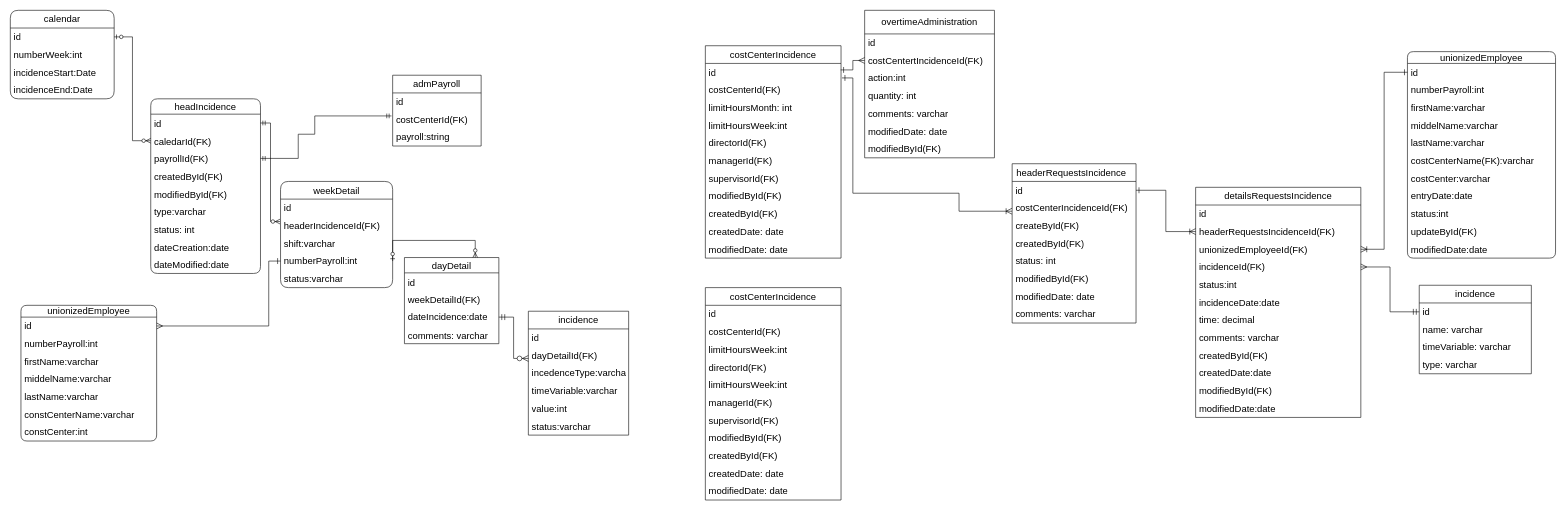
Above: page "Page-RelationalDiagram" (1 of 2) of Untitled Diagram.drawio in SocorroGC30/prueba3 (draw.io), before the change. Source tidied: cells renumbered, new cells numbered last; positions are measured from the earlier drawing's top-left corner, leaving out a move shared by most shapes. Both pictures are drawn from the tidied source at 59%, with x=0, y=0 at pixel (10, 10).
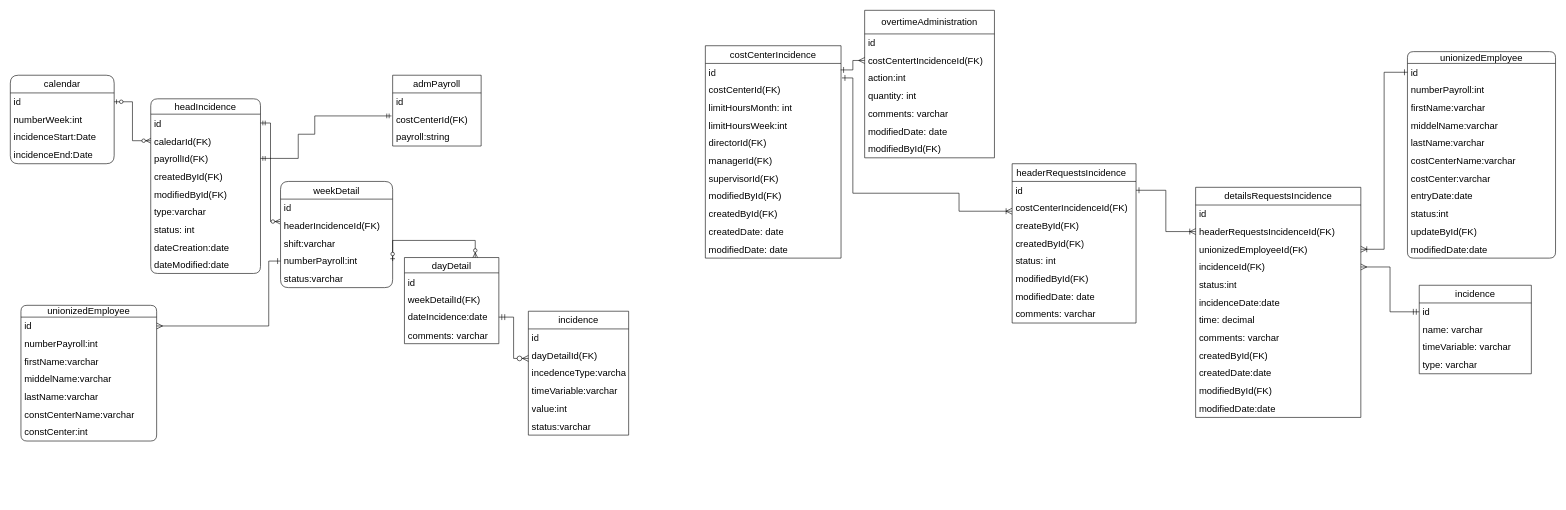
The same page after the edit.

Unchanged cells that the change refers to:
```xml
<mxCell id="88" value="unionizedEmployee" style="swimlane;fontStyle=0;horizontal=1;startSize=20;whiteSpace=wrap;html=1;rounded=1;arcSize=17;fontSize=16;" parent="1" vertex="1">
  <mxGeometry x="2368" y="70" width="251" height="350" as="geometry" />
</mxCell>
```

Change to the diagram source:
```diff
@@
     <mxCell id="8" value="calendar" style="swimlane;fontStyle=0;horizontal=1;startSize=30;whiteSpace=wrap;html=1;rounded=1;fontSize=16;" parent="1" vertex="1">
-      <mxGeometry width="176" height="150" as="geometry" />
+      <mxGeometry y="110" width="176" height="150" as="geometry" />
     </mxCell>
@@
-    <mxCell id="94" value="costCenterName(FK):varchar" style="text;strokeColor=none;fillColor=none;align=left;verticalAlign=middle;spacingLeft=4;spacingRight=4;overflow=hidden;whiteSpace=wrap;html=1;fontSize=16;" parent="88" vertex="1">
+    <mxCell id="94" value="costCenterName:varchar" style="text;strokeColor=none;fillColor=none;align=left;verticalAlign=middle;spacingLeft=4;spacingRight=4;overflow=hidden;whiteSpace=wrap;html=1;fontSize=16;" parent="88" vertex="1">
       <mxGeometry y="170" width="251" height="30" as="geometry" />
     </mxCell>
@@
-    <mxCell id="117" value="costCenterIncidence" style="swimlane;fontStyle=0;horizontal=1;startSize=30;whiteSpace=wrap;html=1;fontSize=16;" parent="1" vertex="1">
-      <mxGeometry x="1178" y="470" width="230" height="360" as="geometry" />
-    </mxCell>
-    <mxCell id="118" value="id" style="text;strokeColor=none;fillColor=none;align=left;verticalAlign=middle;spacingLeft=4;spacingRight=4;overflow=hidden;whiteSpace=wrap;html=1;fontSize=16;" parent="117" vertex="1">
-      <mxGeometry y="30" width="230" height="30" as="geometry" />
-    </mxCell>
-    <mxCell id="119" value="costCenterId(FK)" style="text;strokeColor=none;fillColor=none;align=left;verticalAlign=middle;spacingLeft=4;spacingRight=4;overflow=hidden;whiteSpace=wrap;html=1;fontSize=16;" parent="117" vertex="1">
-      <mxGeometry y="60" width="230" height="30" as="geometry" />
-    </mxCell>
-    <mxCell id="120" value="limitHoursWeek:int" style="text;strokeColor=none;fillColor=none;align=left;verticalAlign=middle;spacingLeft=4;spacingRight=4;overflow=hidden;whiteSpace=wrap;html=1;fontSize=16;" parent="117" vertex="1">
-      <mxGeometry y="90" width="230" height="30" as="geometry" />
-    </mxCell>
-    <mxCell id="121" value="directorId(FK)" style="text;strokeColor=none;fillColor=none;align=left;verticalAlign=middle;spacingLeft=4;spacingRight=4;overflow=hidden;whiteSpace=wrap;html=1;fontSize=16;" parent="117" vertex="1">
-      <mxGeometry y="120" width="230" height="30" as="geometry" />
-    </mxCell>
-    <mxCell id="122" value="limitHoursWeek:int" style="text;strokeColor=none;fillColor=none;align=left;verticalAlign=middle;spacingLeft=4;spacingRight=4;overflow=hidden;whiteSpace=wrap;html=1;fontSize=16;" parent="117" vertex="1">
-      <mxGeometry y="150" width="230" height="30" as="geometry" />
-    </mxCell>
-    <mxCell id="123" value="managerId(FK)" style="text;strokeColor=none;fillColor=none;align=left;verticalAlign=middle;spacingLeft=4;spacingRight=4;overflow=hidden;whiteSpace=wrap;html=1;fontSize=16;" parent="117" vertex="1">
-      <mxGeometry y="180" width="230" height="30" as="geometry" />
-    </mxCell>
-    <mxCell id="124" value="supervisorId(FK)" style="text;strokeColor=none;fillColor=none;align=left;verticalAlign=middle;spacingLeft=4;spacingRight=4;overflow=hidden;whiteSpace=wrap;html=1;fontSize=16;" parent="117" vertex="1">
-      <mxGeometry y="210" width="230" height="30" as="geometry" />
-    </mxCell>
-    <mxCell id="125" value="modifiedById(FK)" style="text;strokeColor=none;fillColor=none;align=left;verticalAlign=middle;spacingLeft=4;spacingRight=4;overflow=hidden;whiteSpace=wrap;html=1;fontSize=16;" parent="117" vertex="1">
-      <mxGeometry y="240" width="230" height="30" as="geometry" />
-    </mxCell>
-    <mxCell id="126" value="createdById(FK)&amp;nbsp;" style="text;strokeColor=none;fillColor=none;align=left;verticalAlign=middle;spacingLeft=4;spacingRight=4;overflow=hidden;whiteSpace=wrap;html=1;fontSize=16;" parent="117" vertex="1">
-      <mxGeometry y="270" width="230" height="30" as="geometry" />
-    </mxCell>
-    <mxCell id="127" value="createdDate: date" style="text;strokeColor=none;fillColor=none;align=left;verticalAlign=middle;spacingLeft=4;spacingRight=4;overflow=hidden;whiteSpace=wrap;html=1;fontSize=16;" parent="117" vertex="1">
-      <mxGeometry y="300" width="230" height="30" as="geometry" />
-    </mxCell>
-    <mxCell id="128" value="modifiedDate: date" style="text;strokeColor=none;fillColor=none;align=left;verticalAlign=middle;spacingLeft=4;spacingRight=4;overflow=hidden;whiteSpace=wrap;html=1;fontSize=16;" parent="117" vertex="1">
-      <mxGeometry y="330" width="230" height="30" as="geometry" />
-    </mxCell>
```
